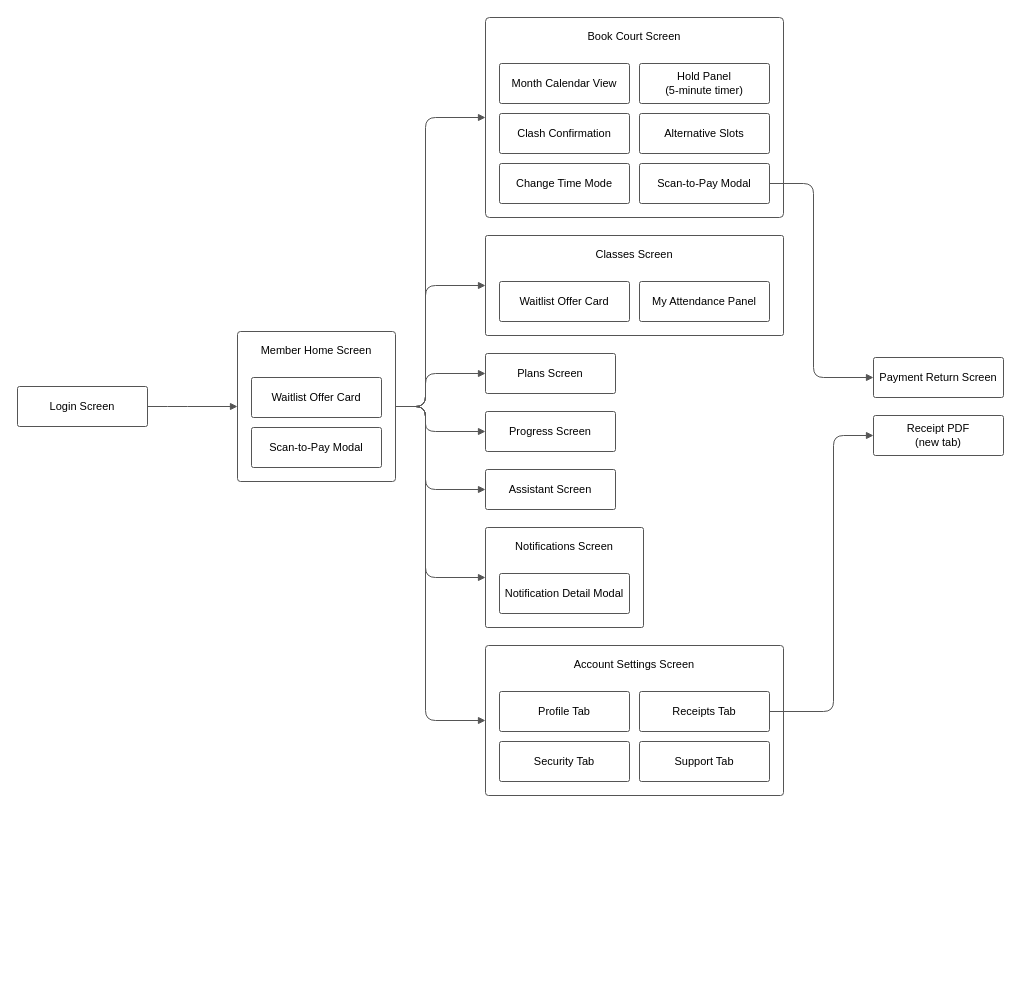
Before: page "Member" (2 of 5) of docs/drawio/Arena3-ScreensFlow-ALL.drawio in thanhsu263/sport-center-management-system, a draw.io diagram. Source tidied: cells renumbered, new cells numbered last; positions are measured from the earlier drawing's top-left corner, leaving out a move shared by most shapes. Both pictures are drawn from the tidied source at 100%, with x=0, y=0 at pixel (17, 17).
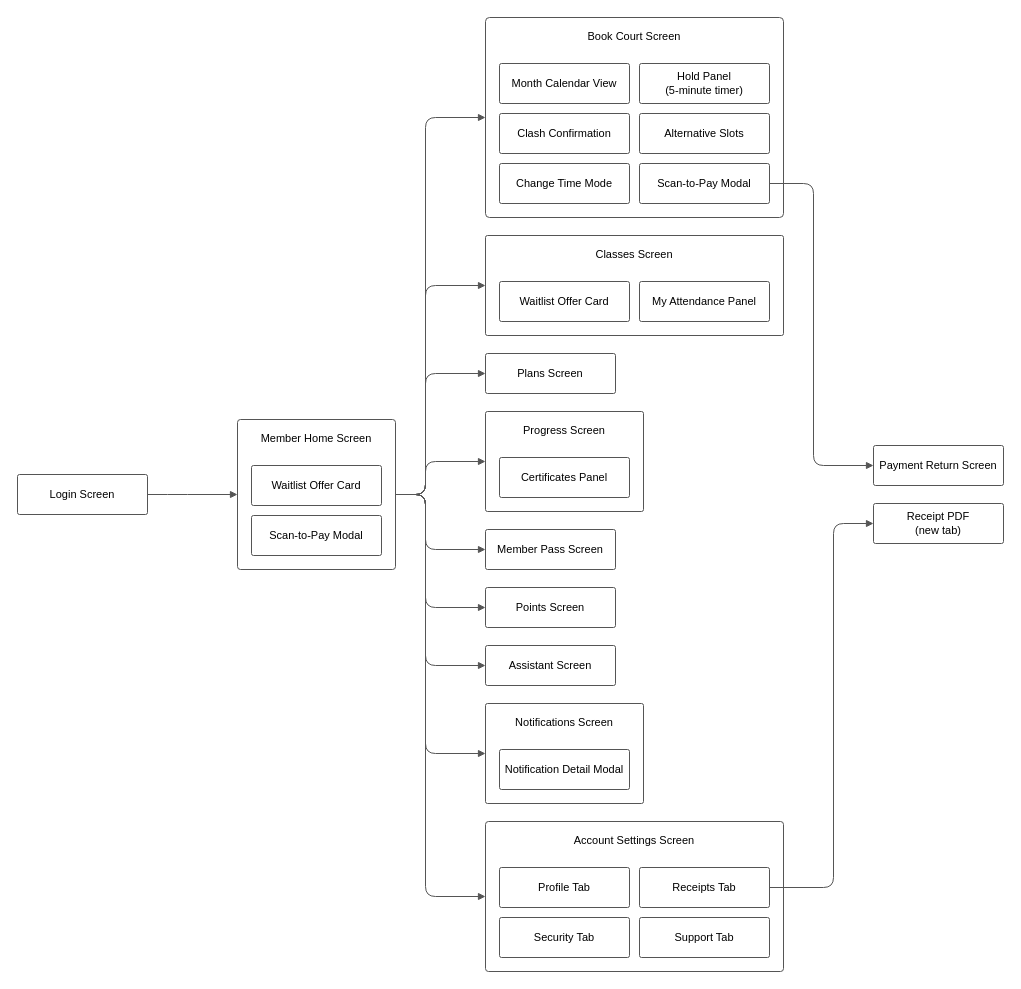
Above is the later version.

The change refers to these unchanged cells:
```xml
<mxCell id="6" value="Book Court Screen" style="rounded=1;arcSize=2;whiteSpace=wrap;html=1;fillColor=#ffffff;strokeColor=#555555;strokeWidth=1;verticalAlign=top;align=center;spacingTop=6;fontStyle=0;fontSize=11;fontFamily=Arial;" parent="1" vertex="1">
  <mxGeometry x="468" width="298" height="200" as="geometry" />
</mxCell>
<mxCell id="12" value="Scan-to-Pay Modal" style="rounded=1;arcSize=5;whiteSpace=wrap;html=1;fillColor=#ffffff;strokeColor=#555555;strokeWidth=1;fontSize=11;fontFamily=Arial;shadow=0;" parent="6" vertex="1">
  <mxGeometry x="154" y="146" width="130" height="40" as="geometry" />
</mxCell>
<mxCell id="13" value="Classes Screen" style="rounded=1;arcSize=2;whiteSpace=wrap;html=1;fillColor=#ffffff;strokeColor=#555555;strokeWidth=1;verticalAlign=top;align=center;spacingTop=6;fontStyle=0;fontSize=11;fontFamily=Arial;" parent="1" vertex="1">
  <mxGeometry x="468" y="218" width="298" height="100" as="geometry" />
</mxCell>
<mxCell id="16" value="Plans Screen" style="rounded=1;arcSize=5;whiteSpace=wrap;html=1;fillColor=#ffffff;strokeColor=#555555;strokeWidth=1;fontSize=11;fontFamily=Arial;shadow=0;" parent="1" vertex="1">
  <mxGeometry x="468" y="336" width="130" height="40" as="geometry" />
</mxCell>
<mxCell id="23" value="Receipts Tab" style="rounded=1;arcSize=5;whiteSpace=wrap;html=1;fillColor=#ffffff;strokeColor=#555555;strokeWidth=1;fontSize=11;fontFamily=Arial;shadow=0;" parent="21" vertex="1">
  <mxGeometry x="154" y="46" width="130" height="40" as="geometry" />
</mxCell>
```

Change to the diagram source:
```diff
@@
     <mxCell id="2" value="Login Screen" style="rounded=1;arcSize=5;whiteSpace=wrap;html=1;fillColor=#ffffff;strokeColor=#555555;strokeWidth=1;fontSize=11;fontFamily=Arial;shadow=0;" parent="1" vertex="1">
-      <mxGeometry y="369" width="130" height="40" as="geometry" />
+      <mxGeometry y="457" width="130" height="40" as="geometry" />
     </mxCell>
     <mxCell id="3" value="Member Home Screen" style="rounded=1;arcSize=2;whiteSpace=wrap;html=1;fillColor=#ffffff;strokeColor=#555555;strokeWidth=1;verticalAlign=top;align=center;spacingTop=6;fontStyle=0;fontSize=11;fontFamily=Arial;" parent="1" vertex="1">
-      <mxGeometry x="220" y="314" width="158" height="150" as="geometry" />
+      <mxGeometry x="220" y="402" width="158" height="150" as="geometry" />
     </mxCell>
@@
-    <mxCell id="17" value="Progress Screen" style="rounded=1;arcSize=5;whiteSpace=wrap;html=1;fillColor=#ffffff;strokeColor=#555555;strokeWidth=1;fontSize=11;fontFamily=Arial;shadow=0;" parent="1" vertex="1">
-      <mxGeometry x="468" y="394" width="130" height="40" as="geometry" />
+    <mxCell id="17" value="Progress Screen" style="rounded=1;arcSize=2;whiteSpace=wrap;html=1;fillColor=#ffffff;strokeColor=#555555;strokeWidth=1;verticalAlign=top;align=center;spacingTop=6;fontStyle=0;fontSize=11;fontFamily=Arial;" parent="1" vertex="1">
+      <mxGeometry x="468" y="394" width="158" height="100" as="geometry" />
     </mxCell>
+    <mxCell id="38" value="Certificates Panel" style="rounded=1;arcSize=5;whiteSpace=wrap;html=1;fillColor=#ffffff;strokeColor=#555555;strokeWidth=1;fontSize=11;fontFamily=Arial;shadow=0;" parent="17" vertex="1">
+      <mxGeometry x="14" y="46" width="130" height="40" as="geometry" />
+    </mxCell>
+    <mxCell id="39" value="Member Pass Screen" style="rounded=1;arcSize=5;whiteSpace=wrap;html=1;fillColor=#ffffff;strokeColor=#555555;strokeWidth=1;fontSize=11;fontFamily=Arial;shadow=0;" parent="1" vertex="1">
+      <mxGeometry x="468" y="512" width="130" height="40" as="geometry" />
+    </mxCell>
+    <mxCell id="40" value="Points Screen" style="rounded=1;arcSize=5;whiteSpace=wrap;html=1;fillColor=#ffffff;strokeColor=#555555;strokeWidth=1;fontSize=11;fontFamily=Arial;shadow=0;" parent="1" vertex="1">
+      <mxGeometry x="468" y="570" width="130" height="40" as="geometry" />
+    </mxCell>
     <mxCell id="18" value="Assistant Screen" style="rounded=1;arcSize=5;whiteSpace=wrap;html=1;fillColor=#ffffff;strokeColor=#555555;strokeWidth=1;fontSize=11;fontFamily=Arial;shadow=0;" parent="1" vertex="1">
-      <mxGeometry x="468" y="452" width="130" height="40" as="geometry" />
+      <mxGeometry x="468" y="628" width="130" height="40" as="geometry" />
     </mxCell>
     <mxCell id="19" value="Notifications Screen" style="rounded=1;arcSize=2;whiteSpace=wrap;html=1;fillColor=#ffffff;strokeColor=#555555;strokeWidth=1;verticalAlign=top;align=center;spacingTop=6;fontStyle=0;fontSize=11;fontFamily=Arial;" parent="1" vertex="1">
-      <mxGeometry x="468" y="510" width="158" height="100" as="geometry" />
+      <mxGeometry x="468" y="686" width="158" height="100" as="geometry" />
     </mxCell>
@@
     <mxCell id="21" value="Account Settings Screen" style="rounded=1;arcSize=2;whiteSpace=wrap;html=1;fillColor=#ffffff;strokeColor=#555555;strokeWidth=1;verticalAlign=top;align=center;spacingTop=6;fontStyle=0;fontSize=11;fontFamily=Arial;" parent="1" vertex="1">
-      <mxGeometry x="468" y="628" width="298" height="150" as="geometry" />
+      <mxGeometry x="468" y="804" width="298" height="150" as="geometry" />
     </mxCell>
@@
     <mxCell id="26" value="Payment Return Screen" style="rounded=1;arcSize=5;whiteSpace=wrap;html=1;fillColor=#ffffff;strokeColor=#555555;strokeWidth=1;fontSize=11;fontFamily=Arial;shadow=0;" parent="1" vertex="1">
-      <mxGeometry x="856" y="340" width="130" height="40" as="geometry" />
+      <mxGeometry x="856" y="428" width="130" height="40" as="geometry" />
     </mxCell>
     <mxCell id="27" value="Receipt PDF&lt;br&gt;(new tab)" style="rounded=1;arcSize=5;whiteSpace=wrap;html=1;fillColor=#ffffff;strokeColor=#555555;strokeWidth=1;fontSize=11;fontFamily=Arial;shadow=0;" parent="1" vertex="1">
-      <mxGeometry x="856" y="398" width="130" height="40" as="geometry" />
+      <mxGeometry x="856" y="486" width="130" height="40" as="geometry" />
     </mxCell>
     <mxCell id="28" style="edgeStyle=orthogonalEdgeStyle;rounded=1;html=1;endArrow=block;endFill=1;endSize=5;strokeColor=#555555;strokeWidth=1;fontSize=11;fontFamily=Arial;labelBackgroundColor=#ffffff;exitX=1;exitY=0.5;entryX=0;entryY=0.5;" parent="1" edge="1" source="2" target="3">
       <mxGeometry relative="1" as="geometry">
         <Array as="points">
-          <mxPoint x="160" y="389" />
-          <mxPoint x="160" y="389" />
+          <mxPoint x="160" y="477" />
+          <mxPoint x="160" y="477" />
         </Array>
       </mxGeometry>
     </mxCell>
     <mxCell id="29" style="edgeStyle=orthogonalEdgeStyle;rounded=1;html=1;endArrow=block;endFill=1;endSize=5;strokeColor=#555555;strokeWidth=1;fontSize=11;fontFamily=Arial;labelBackgroundColor=#ffffff;exitX=1;exitY=0.5;entryX=0;entryY=0.5;" parent="1" edge="1" source="3" target="6">
       <mxGeometry relative="1" as="geometry">
         <Array as="points">
-          <mxPoint x="408" y="389" />
+          <mxPoint x="408" y="477" />
           <mxPoint x="408" y="100" />
         </Array>
       </mxGeometry>
     </mxCell>
     <mxCell id="30" style="edgeStyle=orthogonalEdgeStyle;rounded=1;html=1;endArrow=block;endFill=1;endSize=5;strokeColor=#555555;strokeWidth=1;fontSize=11;fontFamily=Arial;labelBackgroundColor=#ffffff;exitX=1;exitY=0.5;entryX=0;entryY=0.5;" parent="1" edge="1" source="3" target="13">
       <mxGeometry relative="1" as="geometry">
         <Array as="points">
-          <mxPoint x="408" y="389" />
+          <mxPoint x="408" y="477" />
           <mxPoint x="408" y="268" />
         </Array>
       </mxGeometry>
     </mxCell>
     <mxCell id="31" style="edgeStyle=orthogonalEdgeStyle;rounded=1;html=1;endArrow=block;endFill=1;endSize=5;strokeColor=#555555;strokeWidth=1;fontSize=11;fontFamily=Arial;labelBackgroundColor=#ffffff;exitX=1;exitY=0.5;entryX=0;entryY=0.5;" parent="1" edge="1" source="3" target="16">
       <mxGeometry relative="1" as="geometry">
         <Array as="points">
-          <mxPoint x="408" y="389" />
+          <mxPoint x="408" y="477" />
           <mxPoint x="408" y="356" />
         </Array>
       </mxGeometry>
     </mxCell>
     <mxCell id="32" style="edgeStyle=orthogonalEdgeStyle;rounded=1;html=1;endArrow=block;endFill=1;endSize=5;strokeColor=#555555;strokeWidth=1;fontSize=11;fontFamily=Arial;labelBackgroundColor=#ffffff;exitX=1;exitY=0.5;entryX=0;entryY=0.5;" parent="1" edge="1" source="3" target="17">
       <mxGeometry relative="1" as="geometry">
         <Array as="points">
-          <mxPoint x="408" y="389" />
-          <mxPoint x="408" y="414" />
+          <mxPoint x="408" y="477" />
+          <mxPoint x="408" y="444" />
         </Array>
       </mxGeometry>
     </mxCell>
-    <mxCell id="33" style="edgeStyle=orthogonalEdgeStyle;rounded=1;html=1;endArrow=block;endFill=1;endSize=5;strokeColor=#555555;strokeWidth=1;fontSize=11;fontFamily=Arial;labelBackgroundColor=#ffffff;exitX=1;exitY=0.5;entryX=0;entryY=0.5;" parent="1" edge="1" source="3" target="18">
+    <mxCell id="33" style="edgeStyle=orthogonalEdgeStyle;rounded=1;html=1;endArrow=block;endFill=1;endSize=5;strokeColor=#555555;strokeWidth=1;fontSize=11;fontFamily=Arial;labelBackgroundColor=#ffffff;exitX=1;exitY=0.5;entryX=0;entryY=0.5;" parent="1" edge="1" source="3" target="39">
       <mxGeometry relative="1" as="geometry">
         <Array as="points">
-          <mxPoint x="408" y="389" />
-          <mxPoint x="408" y="472" />
+          <mxPoint x="408" y="477" />
+          <mxPoint x="408" y="532" />
         </Array>
       </mxGeometry>
     </mxCell>
-    <mxCell id="34" style="edgeStyle=orthogonalEdgeStyle;rounded=1;html=1;endArrow=block;endFill=1;endSize=5;strokeColor=#555555;strokeWidth=1;fontSize=11;fontFamily=Arial;labelBackgroundColor=#ffffff;exitX=1;exitY=0.5;entryX=0;entryY=0.5;" parent="1" edge="1" source="3" target="19">
+    <mxCell id="34" style="edgeStyle=orthogonalEdgeStyle;rounded=1;html=1;endArrow=block;endFill=1;endSize=5;strokeColor=#555555;strokeWidth=1;fontSize=11;fontFamily=Arial;labelBackgroundColor=#ffffff;exitX=1;exitY=0.5;entryX=0;entryY=0.5;" parent="1" edge="1" source="3" target="40">
       <mxGeometry relative="1" as="geometry">
         <Array as="points">
-          <mxPoint x="408" y="389" />
-          <mxPoint x="408" y="560" />
+          <mxPoint x="408" y="477" />
+          <mxPoint x="408" y="590" />
         </Array>
       </mxGeometry>
     </mxCell>
-    <mxCell id="35" style="edgeStyle=orthogonalEdgeStyle;rounded=1;html=1;endArrow=block;endFill=1;endSize=5;strokeColor=#555555;strokeWidth=1;fontSize=11;fontFamily=Arial;labelBackgroundColor=#ffffff;exitX=1;exitY=0.5;entryX=0;entryY=0.5;" parent="1" edge="1" source="3" target="21">
+    <mxCell id="35" style="edgeStyle=orthogonalEdgeStyle;rounded=1;html=1;endArrow=block;endFill=1;endSize=5;strokeColor=#555555;strokeWidth=1;fontSize=11;fontFamily=Arial;labelBackgroundColor=#ffffff;exitX=1;exitY=0.5;entryX=0;entryY=0.5;" parent="1" edge="1" source="3" target="18">
       <mxGeometry relative="1" as="geometry">
         <Array as="points">
-          <mxPoint x="408" y="389" />
-          <mxPoint x="408" y="703" />
+          <mxPoint x="408" y="477" />
+          <mxPoint x="408" y="648" />
         </Array>
       </mxGeometry>
     </mxCell>
-    <mxCell id="36" style="edgeStyle=orthogonalEdgeStyle;rounded=1;html=1;endArrow=block;endFill=1;endSize=5;strokeColor=#555555;strokeWidth=1;fontSize=11;fontFamily=Arial;labelBackgroundColor=#ffffff;exitX=1;exitY=0.5;entryX=0;entryY=0.5;" parent="1" edge="1" source="12" target="26">
+    <mxCell id="36" style="edgeStyle=orthogonalEdgeStyle;rounded=1;html=1;endArrow=block;endFill=1;endSize=5;strokeColor=#555555;strokeWidth=1;fontSize=11;fontFamily=Arial;labelBackgroundColor=#ffffff;exitX=1;exitY=0.5;entryX=0;entryY=0.5;" parent="1" edge="1" source="3" target="19">
       <mxGeometry relative="1" as="geometry">
         <Array as="points">
-          <mxPoint x="796" y="166" />
-          <mxPoint x="796" y="360" />
+          <mxPoint x="408" y="477" />
+          <mxPoint x="408" y="736" />
         </Array>
       </mxGeometry>
     </mxCell>
-    <mxCell id="37" style="edgeStyle=orthogonalEdgeStyle;rounded=1;html=1;endArrow=block;endFill=1;endSize=5;strokeColor=#555555;strokeWidth=1;fontSize=11;fontFamily=Arial;labelBackgroundColor=#ffffff;exitX=1;exitY=0.5;entryX=0;entryY=0.5;" parent="1" edge="1" source="23" target="27">
+    <mxCell id="37" style="edgeStyle=orthogonalEdgeStyle;rounded=1;html=1;endArrow=block;endFill=1;endSize=5;strokeColor=#555555;strokeWidth=1;fontSize=11;fontFamily=Arial;labelBackgroundColor=#ffffff;exitX=1;exitY=0.5;entryX=0;entryY=0.5;" parent="1" edge="1" source="3" target="21">
       <mxGeometry relative="1" as="geometry">
         <Array as="points">
-          <mxPoint x="816" y="694" />
-          <mxPoint x="816" y="418" />
+          <mxPoint x="408" y="477" />
+          <mxPoint x="408" y="879" />
         </Array>
       </mxGeometry>
     </mxCell>
+    <mxCell id="41" style="edgeStyle=orthogonalEdgeStyle;rounded=1;html=1;endArrow=block;endFill=1;endSize=5;strokeColor=#555555;strokeWidth=1;fontSize=11;fontFamily=Arial;labelBackgroundColor=#ffffff;exitX=1;exitY=0.5;entryX=0;entryY=0.5;" parent="1" edge="1" source="12" target="26">
+      <mxGeometry relative="1" as="geometry">
+        <Array as="points">
+          <mxPoint x="796" y="166" />
+          <mxPoint x="796" y="448" />
+        </Array>
+      </mxGeometry>
+    </mxCell>
+    <mxCell id="42" style="edgeStyle=orthogonalEdgeStyle;rounded=1;html=1;endArrow=block;endFill=1;endSize=5;strokeColor=#555555;strokeWidth=1;fontSize=11;fontFamily=Arial;labelBackgroundColor=#ffffff;exitX=1;exitY=0.5;entryX=0;entryY=0.5;" parent="1" edge="1" source="23" target="27">
+      <mxGeometry relative="1" as="geometry">
+        <Array as="points">
+          <mxPoint x="816" y="870" />
+          <mxPoint x="816" y="506" />
+        </Array>
+      </mxGeometry>
+    </mxCell>
```
